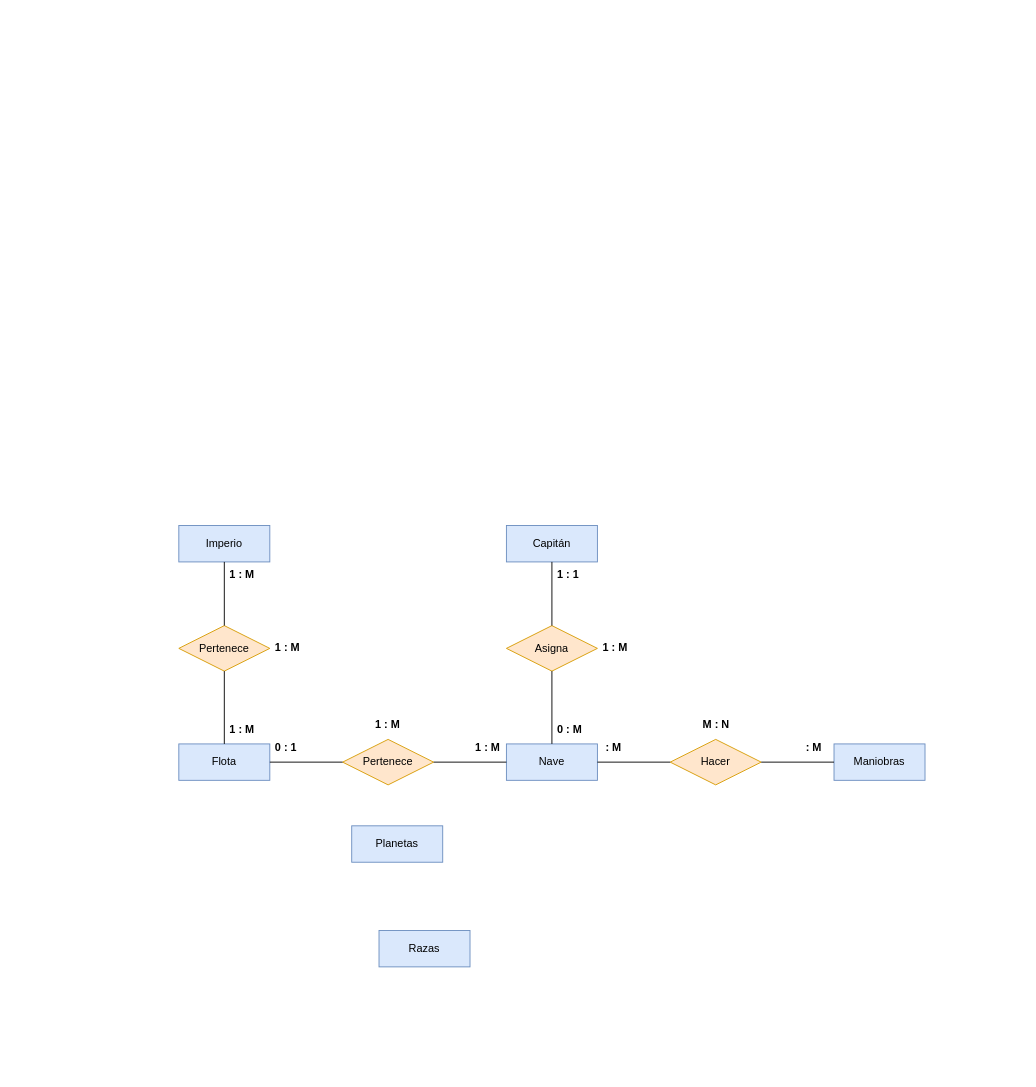
The draw.io diagram Progreso_1/TareaGrupal_P1_Diagrama_6.drawio in AngelDavidStudios/Diagramas_BdD_1, before the edit. Source tidied: cells renumbered, new cells numbered last; positions are measured from the earlier drawing's top-left corner, leaving out a move shared by most shapes. Both pictures are drawn from the tidied source at 91%, with x=0, y=0 at pixel (178, 525).
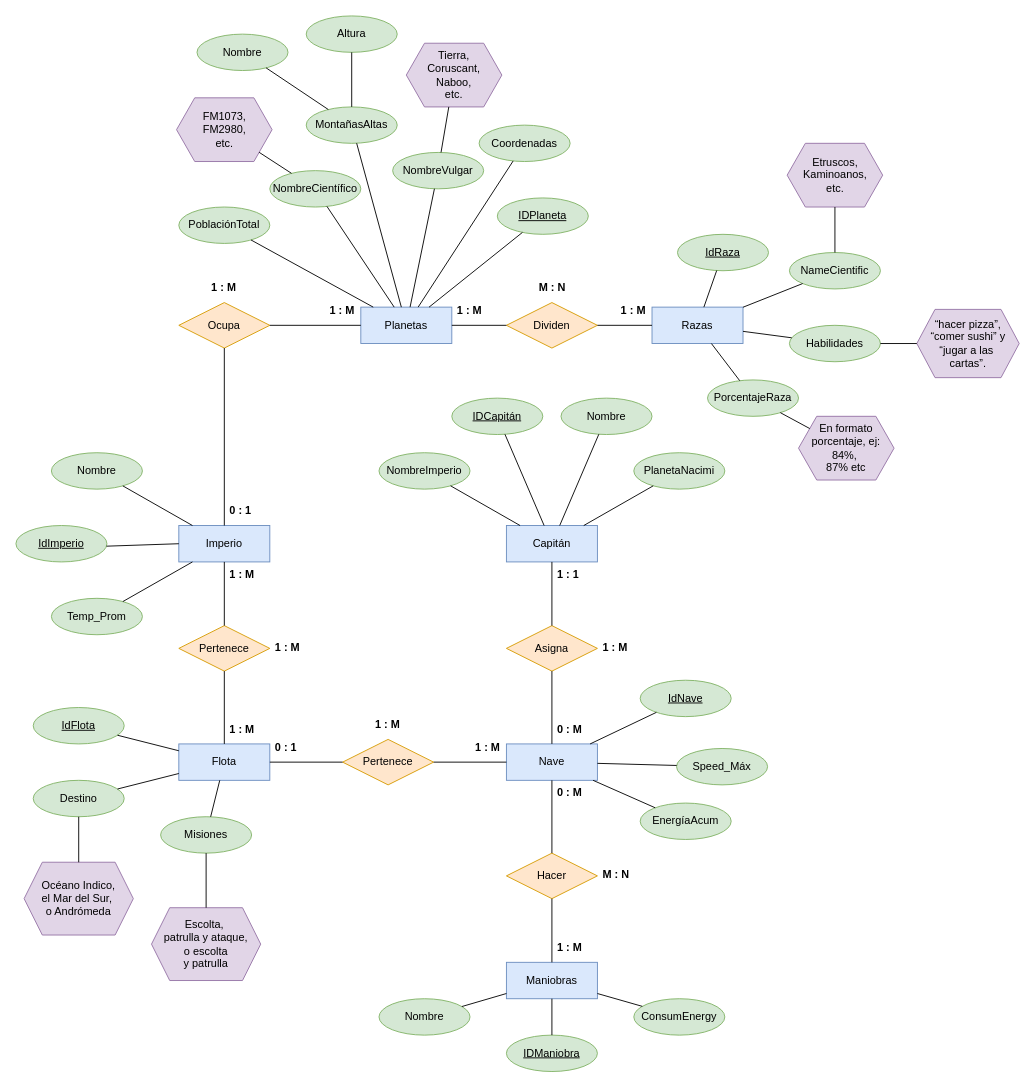
The same page after the edit.

Unchanged cells that the change refers to:
```xml
<mxCell id="2" value="Imperio" style="whiteSpace=wrap;html=1;align=center;fillColor=#dae8fc;strokeColor=#6c8ebf;" parent="1" vertex="1">
  <mxGeometry width="100" height="40" as="geometry" />
</mxCell>
<mxCell id="3" value="Flota" style="whiteSpace=wrap;html=1;align=center;fillColor=#dae8fc;strokeColor=#6c8ebf;" parent="1" vertex="1">
  <mxGeometry y="240" width="100" height="40" as="geometry" />
</mxCell>
<mxCell id="4" value="Capitán" style="whiteSpace=wrap;html=1;align=center;fillColor=#dae8fc;strokeColor=#6c8ebf;" parent="1" vertex="1">
  <mxGeometry x="360" width="100" height="40" as="geometry" />
</mxCell>
<mxCell id="8" value="Nave" style="whiteSpace=wrap;html=1;align=center;fillColor=#dae8fc;strokeColor=#6c8ebf;" parent="1" vertex="1">
  <mxGeometry x="360" y="240" width="100" height="40" as="geometry" />
</mxCell>
```

What changed in the source:
```diff
@@
     <mxCell id="5" value="Maniobras" style="whiteSpace=wrap;html=1;align=center;fillColor=#dae8fc;strokeColor=#6c8ebf;" parent="1" vertex="1">
-      <mxGeometry x="720" y="240" width="100" height="40" as="geometry" />
+      <mxGeometry x="360" y="480" width="100" height="40" as="geometry" />
     </mxCell>
     <mxCell id="6" value="Planetas" style="whiteSpace=wrap;html=1;align=center;fillColor=#dae8fc;strokeColor=#6c8ebf;" parent="1" vertex="1">
-      <mxGeometry x="190" y="330" width="100" height="40" as="geometry" />
+      <mxGeometry x="200" y="-240" width="100" height="40" as="geometry" />
     </mxCell>
     <mxCell id="7" value="Razas" style="whiteSpace=wrap;html=1;align=center;fillColor=#dae8fc;strokeColor=#6c8ebf;" parent="1" vertex="1">
-      <mxGeometry x="220" y="445" width="100" height="40" as="geometry" />
+      <mxGeometry x="520" y="-240" width="100" height="40" as="geometry" />
     </mxCell>
@@
     <mxCell id="28" value="Hacer" style="shape=rhombus;perimeter=rhombusPerimeter;whiteSpace=wrap;html=1;align=center;fillColor=#ffe6cc;strokeColor=#d79b00;" parent="1" vertex="1">
-      <mxGeometry x="540" y="235" width="100" height="50" as="geometry" />
+      <mxGeometry x="360" y="360" width="100" height="50" as="geometry" />
     </mxCell>
@@
     <mxCell id="31" value="M : N" style="text;strokeColor=none;fillColor=none;spacingLeft=4;spacingRight=4;overflow=hidden;fontSize=12;whiteSpace=wrap;html=1;fontStyle=1;" parent="1" vertex="1">
-      <mxGeometry x="570" y="205" width="40" height="30" as="geometry" />
+      <mxGeometry x="460" y="370" width="40" height="30" as="geometry" />
     </mxCell>
-    <mxCell id="32" value="&amp;nbsp;: M" style="text;strokeColor=none;fillColor=none;spacingLeft=4;spacingRight=4;overflow=hidden;fontSize=12;whiteSpace=wrap;html=1;fontStyle=1;" parent="1" vertex="1">
-      <mxGeometry x="680" y="230" width="40" height="30" as="geometry" />
+    <mxCell id="32" value="1 : M" style="text;strokeColor=none;fillColor=none;spacingLeft=4;spacingRight=4;overflow=hidden;fontSize=12;whiteSpace=wrap;html=1;fontStyle=1;" parent="1" vertex="1">
+      <mxGeometry x="410" y="450" width="40" height="30" as="geometry" />
     </mxCell>
-    <mxCell id="33" value="&amp;nbsp;: M" style="text;strokeColor=none;fillColor=none;spacingLeft=4;spacingRight=4;overflow=hidden;fontSize=12;whiteSpace=wrap;html=1;fontStyle=1;" parent="1" vertex="1">
-      <mxGeometry x="460" y="230" width="40" height="30" as="geometry" />
+    <mxCell id="33" value="0 : M" style="text;strokeColor=none;fillColor=none;spacingLeft=4;spacingRight=4;overflow=hidden;fontSize=12;whiteSpace=wrap;html=1;fontStyle=1;" parent="1" vertex="1">
+      <mxGeometry x="410" y="280" width="40" height="30" as="geometry" />
     </mxCell>
+    <mxCell id="34" value="Ocupa" style="shape=rhombus;perimeter=rhombusPerimeter;whiteSpace=wrap;html=1;align=center;fillColor=#ffe6cc;strokeColor=#d79b00;" parent="1" vertex="1">
+      <mxGeometry y="-245" width="100" height="50" as="geometry" />
+    </mxCell>
+    <mxCell id="35" style="endArrow=none;html=1;rounded=0;" parent="1" edge="1" source="6" target="34">
+      <mxGeometry relative="1" as="geometry" />
+    </mxCell>
+    <mxCell id="36" style="endArrow=none;html=1;rounded=0;" parent="1" edge="1" source="34" target="2">
+      <mxGeometry relative="1" as="geometry" />
+    </mxCell>
+    <mxCell id="37" value="1 : M" style="text;strokeColor=none;fillColor=none;spacingLeft=4;spacingRight=4;overflow=hidden;fontSize=12;whiteSpace=wrap;html=1;fontStyle=1;" parent="1" vertex="1">
+      <mxGeometry x="30" y="-275" width="40" height="30" as="geometry" />
+    </mxCell>
+    <mxCell id="38" value="0 : 1" style="text;strokeColor=none;fillColor=none;spacingLeft=4;spacingRight=4;overflow=hidden;fontSize=12;whiteSpace=wrap;html=1;fontStyle=1;" parent="1" vertex="1">
+      <mxGeometry x="50" y="-30" width="40" height="30" as="geometry" />
+    </mxCell>
+    <mxCell id="39" value="1 : M" style="text;strokeColor=none;fillColor=none;spacingLeft=4;spacingRight=4;overflow=hidden;fontSize=12;whiteSpace=wrap;html=1;fontStyle=1;" parent="1" vertex="1">
+      <mxGeometry x="160" y="-250" width="40" height="30" as="geometry" />
+    </mxCell>
+    <mxCell id="40" value="Dividen" style="shape=rhombus;perimeter=rhombusPerimeter;whiteSpace=wrap;html=1;align=center;fillColor=#ffe6cc;strokeColor=#d79b00;" parent="1" vertex="1">
+      <mxGeometry x="360" y="-245" width="100" height="50" as="geometry" />
+    </mxCell>
+    <mxCell id="41" style="endArrow=none;html=1;rounded=0;" parent="1" edge="1" source="6" target="40">
+      <mxGeometry relative="1" as="geometry" />
+    </mxCell>
+    <mxCell id="42" style="endArrow=none;html=1;rounded=0;" parent="1" edge="1" source="40" target="7">
+      <mxGeometry relative="1" as="geometry" />
+    </mxCell>
+    <mxCell id="43" value="M : N" style="text;strokeColor=none;fillColor=none;spacingLeft=4;spacingRight=4;overflow=hidden;fontSize=12;whiteSpace=wrap;html=1;fontStyle=1;" parent="1" vertex="1">
+      <mxGeometry x="390" y="-275" width="40" height="30" as="geometry" />
+    </mxCell>
+    <mxCell id="44" value="1 : M" style="text;strokeColor=none;fillColor=none;spacingLeft=4;spacingRight=4;overflow=hidden;fontSize=12;whiteSpace=wrap;html=1;fontStyle=1;" parent="1" vertex="1">
+      <mxGeometry x="480" y="-250" width="40" height="30" as="geometry" />
+    </mxCell>
+    <mxCell id="45" value="1 : M" style="text;strokeColor=none;fillColor=none;spacingLeft=4;spacingRight=4;overflow=hidden;fontSize=12;whiteSpace=wrap;html=1;fontStyle=1;" parent="1" vertex="1">
+      <mxGeometry x="300" y="-250" width="40" height="30" as="geometry" />
+    </mxCell>
+    <mxCell id="46" value="IdImperio" style="ellipse;whiteSpace=wrap;html=1;align=center;fontStyle=4;fillColor=#d5e8d4;strokeColor=#82b366;" parent="1" vertex="1">
+      <mxGeometry x="-179" width="100" height="40" as="geometry" />
+    </mxCell>
+    <mxCell id="47" value="Nombre" style="ellipse;whiteSpace=wrap;html=1;align=center;fillColor=#d5e8d4;strokeColor=#82b366;" parent="1" vertex="1">
+      <mxGeometry x="-140" y="-80" width="100" height="40" as="geometry" />
+    </mxCell>
+    <mxCell id="48" value="Temp_Prom" style="ellipse;whiteSpace=wrap;html=1;align=center;fillColor=#d5e8d4;strokeColor=#82b366;" parent="1" vertex="1">
+      <mxGeometry x="-140" y="80" width="100" height="40" as="geometry" />
+    </mxCell>
+    <mxCell id="49" style="endArrow=none;html=1;rounded=0;" parent="1" edge="1" source="47" target="2">
+      <mxGeometry relative="1" as="geometry" />
+    </mxCell>
+    <mxCell id="50" style="endArrow=none;html=1;rounded=0;" parent="1" edge="1" source="46" target="2">
+      <mxGeometry relative="1" as="geometry" />
+    </mxCell>
+    <mxCell id="51" style="endArrow=none;html=1;rounded=0;" parent="1" edge="1" source="48" target="2">
+      <mxGeometry relative="1" as="geometry" />
+    </mxCell>
+    <mxCell id="52" value="Destino" style="ellipse;whiteSpace=wrap;html=1;align=center;fillColor=#d5e8d4;strokeColor=#82b366;" parent="1" vertex="1">
+      <mxGeometry x="-160" y="280" width="100" height="40" as="geometry" />
+    </mxCell>
+    <mxCell id="53" value="IdFlota" style="ellipse;whiteSpace=wrap;html=1;align=center;fontStyle=4;fillColor=#d5e8d4;strokeColor=#82b366;" parent="1" vertex="1">
+      <mxGeometry x="-160" y="200" width="100" height="40" as="geometry" />
+    </mxCell>
+    <mxCell id="54" value="Océano Indico,&lt;div&gt;el Mar del Sur,&amp;nbsp;&lt;/div&gt;&lt;div&gt;o Andrómeda&lt;/div&gt;" style="shape=hexagon;perimeter=hexagonPerimeter2;whiteSpace=wrap;html=1;fixedSize=1;fillColor=#e1d5e7;strokeColor=#9673a6;" parent="1" vertex="1">
+      <mxGeometry x="-170" y="370" width="120" height="80" as="geometry" />
+    </mxCell>
+    <mxCell id="55" style="endArrow=none;html=1;rounded=0;" parent="1" edge="1" source="52" target="54">
+      <mxGeometry relative="1" as="geometry" />
+    </mxCell>
+    <mxCell id="56" value="Misiones" style="ellipse;whiteSpace=wrap;html=1;align=center;fillColor=#d5e8d4;strokeColor=#82b366;" parent="1" vertex="1">
+      <mxGeometry x="-20" y="320" width="100" height="40" as="geometry" />
+    </mxCell>
+    <mxCell id="57" style="endArrow=none;html=1;rounded=0;" parent="1" edge="1" source="53" target="3">
+      <mxGeometry relative="1" as="geometry" />
+    </mxCell>
+    <mxCell id="58" style="endArrow=none;html=1;rounded=0;" parent="1" edge="1" source="52" target="3">
+      <mxGeometry relative="1" as="geometry" />
+    </mxCell>
+    <mxCell id="59" style="endArrow=none;html=1;rounded=0;" parent="1" edge="1" source="56" target="3">
+      <mxGeometry relative="1" as="geometry" />
+    </mxCell>
+    <mxCell id="60" value="Escolta,&amp;nbsp;&lt;div&gt;patrulla y ataque,&lt;div&gt;&amp;nbsp;o escolta&amp;nbsp;&lt;/div&gt;&lt;div&gt;y patrulla&lt;br&gt;&lt;/div&gt;&lt;/div&gt;" style="shape=hexagon;perimeter=hexagonPerimeter2;whiteSpace=wrap;html=1;fixedSize=1;fillColor=#e1d5e7;strokeColor=#9673a6;" parent="1" vertex="1">
+      <mxGeometry x="-30" y="420" width="120" height="80" as="geometry" />
+    </mxCell>
+    <mxCell id="61" style="endArrow=none;html=1;rounded=0;" parent="1" edge="1" source="56" target="60">
+      <mxGeometry relative="1" as="geometry" />
+    </mxCell>
+    <mxCell id="62" value="IdNave" style="ellipse;whiteSpace=wrap;html=1;align=center;fontStyle=4;fillColor=#d5e8d4;strokeColor=#82b366;" parent="1" vertex="1">
+      <mxGeometry x="507" y="170" width="100" height="40" as="geometry" />
+    </mxCell>
+    <mxCell id="63" value="Speed_Máx" style="ellipse;whiteSpace=wrap;html=1;align=center;fillColor=#d5e8d4;strokeColor=#82b366;" parent="1" vertex="1">
+      <mxGeometry x="547" y="245" width="100" height="40" as="geometry" />
+    </mxCell>
+    <mxCell id="64" style="endArrow=none;html=1;rounded=0;" parent="1" edge="1" source="8" target="62">
+      <mxGeometry relative="1" as="geometry" />
+    </mxCell>
+    <mxCell id="65" value="EnergíaAcum" style="ellipse;whiteSpace=wrap;html=1;align=center;fillColor=#d5e8d4;strokeColor=#82b366;" parent="1" vertex="1">
+      <mxGeometry x="507" y="305" width="100" height="40" as="geometry" />
+    </mxCell>
+    <mxCell id="66" style="endArrow=none;html=1;rounded=0;" parent="1" edge="1" source="8" target="63">
+      <mxGeometry relative="1" as="geometry" />
+    </mxCell>
+    <mxCell id="67" style="endArrow=none;html=1;rounded=0;" parent="1" edge="1" source="8" target="65">
+      <mxGeometry relative="1" as="geometry" />
+    </mxCell>
+    <mxCell id="68" value="Nombre" style="ellipse;whiteSpace=wrap;html=1;align=center;fillColor=#d5e8d4;strokeColor=#82b366;" parent="1" vertex="1">
+      <mxGeometry x="220" y="520" width="100" height="40" as="geometry" />
+    </mxCell>
+    <mxCell id="69" value="IDManiobra" style="ellipse;whiteSpace=wrap;html=1;align=center;fontStyle=4;fillColor=#d5e8d4;strokeColor=#82b366;" parent="1" vertex="1">
+      <mxGeometry x="360" y="560" width="100" height="40" as="geometry" />
+    </mxCell>
+    <mxCell id="70" value="IDCapitán" style="ellipse;whiteSpace=wrap;html=1;align=center;fontStyle=4;fillColor=#d5e8d4;strokeColor=#82b366;" parent="1" vertex="1">
+      <mxGeometry x="300" y="-140" width="100" height="40" as="geometry" />
+    </mxCell>
+    <mxCell id="71" value="Nombre" style="ellipse;whiteSpace=wrap;html=1;align=center;fillColor=#d5e8d4;strokeColor=#82b366;" parent="1" vertex="1">
+      <mxGeometry x="420" y="-140" width="100" height="40" as="geometry" />
+    </mxCell>
+    <mxCell id="72" value="PlanetaNacimi" style="ellipse;whiteSpace=wrap;html=1;align=center;fillColor=#d5e8d4;strokeColor=#82b366;" parent="1" vertex="1">
+      <mxGeometry x="500" y="-80" width="100" height="40" as="geometry" />
+    </mxCell>
+    <mxCell id="73" value="NombreImperio" style="ellipse;whiteSpace=wrap;html=1;align=center;fillColor=#d5e8d4;strokeColor=#82b366;" parent="1" vertex="1">
+      <mxGeometry x="220" y="-80" width="100" height="40" as="geometry" />
+    </mxCell>
+    <mxCell id="74" style="endArrow=none;html=1;rounded=0;" parent="1" edge="1" source="73" target="4">
+      <mxGeometry relative="1" as="geometry" />
+    </mxCell>
+    <mxCell id="75" style="endArrow=none;html=1;rounded=0;" parent="1" edge="1" source="70" target="4">
+      <mxGeometry relative="1" as="geometry" />
+    </mxCell>
+    <mxCell id="76" style="endArrow=none;html=1;rounded=0;" parent="1" edge="1" source="4" target="71">
+      <mxGeometry relative="1" as="geometry" />
+    </mxCell>
+    <mxCell id="77" style="endArrow=none;html=1;rounded=0;" parent="1" edge="1" source="4" target="72">
+      <mxGeometry relative="1" as="geometry" />
+    </mxCell>
+    <mxCell id="78" value="ConsumEnergy" style="ellipse;whiteSpace=wrap;html=1;align=center;fillColor=#d5e8d4;strokeColor=#82b366;" parent="1" vertex="1">
+      <mxGeometry x="500" y="520" width="100" height="40" as="geometry" />
+    </mxCell>
+    <mxCell id="79" style="endArrow=none;html=1;rounded=0;" parent="1" edge="1" source="68" target="5">
+      <mxGeometry relative="1" as="geometry" />
+    </mxCell>
+    <mxCell id="80" style="endArrow=none;html=1;rounded=0;" parent="1" edge="1" source="5" target="69">
+      <mxGeometry relative="1" as="geometry" />
+    </mxCell>
+    <mxCell id="81" style="endArrow=none;html=1;rounded=0;" parent="1" edge="1" source="5" target="78">
+      <mxGeometry relative="1" as="geometry" />
+    </mxCell>
+    <mxCell id="82" value="IDPlaneta" style="ellipse;whiteSpace=wrap;html=1;align=center;fontStyle=4;fillColor=#d5e8d4;strokeColor=#82b366;" parent="1" vertex="1">
+      <mxGeometry x="350" y="-360" width="100" height="40" as="geometry" />
+    </mxCell>
+    <mxCell id="83" value="NombreCientífico" style="ellipse;whiteSpace=wrap;html=1;align=center;fillColor=#d5e8d4;strokeColor=#82b366;" parent="1" vertex="1">
+      <mxGeometry x="100" y="-390" width="100" height="40" as="geometry" />
+    </mxCell>
+    <mxCell id="84" value="PoblaciónTotal" style="ellipse;whiteSpace=wrap;html=1;align=center;fillColor=#d5e8d4;strokeColor=#82b366;" parent="1" vertex="1">
+      <mxGeometry y="-350" width="100" height="40" as="geometry" />
+    </mxCell>
+    <mxCell id="85" value="Coordenadas" style="ellipse;whiteSpace=wrap;html=1;align=center;fillColor=#d5e8d4;strokeColor=#82b366;" parent="1" vertex="1">
+      <mxGeometry x="330" y="-440" width="100" height="40" as="geometry" />
+    </mxCell>
+    <mxCell id="86" value="NombreVulgar" style="ellipse;whiteSpace=wrap;html=1;align=center;fillColor=#d5e8d4;strokeColor=#82b366;" parent="1" vertex="1">
+      <mxGeometry x="235" y="-410" width="100" height="40" as="geometry" />
+    </mxCell>
+    <mxCell id="87" style="endArrow=none;html=1;rounded=0;" parent="1" edge="1" source="84" target="6">
+      <mxGeometry relative="1" as="geometry" />
+    </mxCell>
+    <mxCell id="88" style="endArrow=none;html=1;rounded=0;" parent="1" edge="1" source="83" target="6">
+      <mxGeometry relative="1" as="geometry" />
+    </mxCell>
+    <mxCell id="89" style="endArrow=none;html=1;rounded=0;" parent="1" edge="1" source="82" target="6">
+      <mxGeometry relative="1" as="geometry" />
+    </mxCell>
+    <mxCell id="90" style="endArrow=none;html=1;rounded=0;" parent="1" edge="1" source="6" target="85">
+      <mxGeometry relative="1" as="geometry" />
+    </mxCell>
+    <mxCell id="91" style="endArrow=none;html=1;rounded=0;" parent="1" edge="1" source="6" target="86">
+      <mxGeometry relative="1" as="geometry" />
+    </mxCell>
+    <mxCell id="92" value="MontañasAltas" style="ellipse;whiteSpace=wrap;html=1;align=center;fillColor=#d5e8d4;strokeColor=#82b366;" parent="1" vertex="1">
+      <mxGeometry x="140" y="-460" width="100" height="40" as="geometry" />
+    </mxCell>
+    <mxCell id="93" value="FM1073,&lt;div&gt;FM2980,&lt;/div&gt;&lt;div&gt;etc.&lt;/div&gt;" style="shape=hexagon;perimeter=hexagonPerimeter2;whiteSpace=wrap;html=1;fixedSize=1;fillColor=#e1d5e7;strokeColor=#9673a6;" parent="1" vertex="1">
+      <mxGeometry x="-2.5" y="-470" width="105" height="70" as="geometry" />
+    </mxCell>
+    <mxCell id="94" style="endArrow=none;html=1;rounded=0;" parent="1" edge="1" source="93" target="83">
+      <mxGeometry relative="1" as="geometry" />
+    </mxCell>
+    <mxCell id="95" value="Tierra,&lt;div&gt;Coruscant,&lt;/div&gt;&lt;div&gt;Naboo,&lt;/div&gt;&lt;div&gt;etc.&lt;/div&gt;" style="shape=hexagon;perimeter=hexagonPerimeter2;whiteSpace=wrap;html=1;fixedSize=1;fillColor=#e1d5e7;strokeColor=#9673a6;" parent="1" vertex="1">
+      <mxGeometry x="250" y="-530" width="105" height="70" as="geometry" />
+    </mxCell>
+    <mxCell id="96" style="endArrow=none;html=1;rounded=0;" parent="1" edge="1" source="86" target="95">
+      <mxGeometry relative="1" as="geometry" />
+    </mxCell>
+    <mxCell id="97" style="endArrow=none;html=1;rounded=0;" parent="1" edge="1" source="6" target="92">
+      <mxGeometry relative="1" as="geometry" />
+    </mxCell>
+    <mxCell id="98" value="Nombre" style="ellipse;whiteSpace=wrap;html=1;align=center;fillColor=#d5e8d4;strokeColor=#82b366;" parent="1" vertex="1">
+      <mxGeometry x="20" y="-540" width="100" height="40" as="geometry" />
+    </mxCell>
+    <mxCell id="99" value="Altura" style="ellipse;whiteSpace=wrap;html=1;align=center;fillColor=#d5e8d4;strokeColor=#82b366;" parent="1" vertex="1">
+      <mxGeometry x="140" y="-560" width="100" height="40" as="geometry" />
+    </mxCell>
+    <mxCell id="100" style="endArrow=none;html=1;rounded=0;" parent="1" edge="1" source="98" target="92">
+      <mxGeometry relative="1" as="geometry" />
+    </mxCell>
+    <mxCell id="101" style="endArrow=none;html=1;rounded=0;" parent="1" edge="1" source="99" target="92">
+      <mxGeometry relative="1" as="geometry" />
+    </mxCell>
+    <mxCell id="102" value="IdRaza" style="ellipse;whiteSpace=wrap;html=1;align=center;fontStyle=4;fillColor=#d5e8d4;strokeColor=#82b366;" parent="1" vertex="1">
+      <mxGeometry x="548" y="-320" width="100" height="40" as="geometry" />
+    </mxCell>
+    <mxCell id="103" value="NameCientific" style="ellipse;whiteSpace=wrap;html=1;align=center;fillColor=#d5e8d4;strokeColor=#82b366;" parent="1" vertex="1">
+      <mxGeometry x="671" y="-300" width="100" height="40" as="geometry" />
+    </mxCell>
+    <mxCell id="104" style="endArrow=none;html=1;rounded=0;" parent="1" edge="1" source="7" target="102">
+      <mxGeometry relative="1" as="geometry" />
+    </mxCell>
+    <mxCell id="105" style="endArrow=none;html=1;rounded=0;" parent="1" edge="1" source="7" target="103">
+      <mxGeometry relative="1" as="geometry" />
+    </mxCell>
+    <mxCell id="106" value="Habilidades" style="ellipse;whiteSpace=wrap;html=1;align=center;fillColor=#d5e8d4;strokeColor=#82b366;" parent="1" vertex="1">
+      <mxGeometry x="671" y="-220" width="100" height="40" as="geometry" />
+    </mxCell>
+    <mxCell id="107" value="PorcentajeRaza" style="ellipse;whiteSpace=wrap;html=1;align=center;fillColor=#d5e8d4;strokeColor=#82b366;" parent="1" vertex="1">
+      <mxGeometry x="581" y="-160" width="100" height="40" as="geometry" />
+    </mxCell>
+    <mxCell id="108" style="endArrow=none;html=1;rounded=0;" parent="1" edge="1" source="7" target="106">
+      <mxGeometry relative="1" as="geometry" />
+    </mxCell>
+    <mxCell id="109" style="endArrow=none;html=1;rounded=0;" parent="1" edge="1" source="7" target="107">
+      <mxGeometry relative="1" as="geometry" />
+    </mxCell>
+    <mxCell id="110" value="Etruscos,&lt;div&gt;Kaminoanos,&lt;/div&gt;&lt;div&gt;etc.&lt;/div&gt;" style="shape=hexagon;perimeter=hexagonPerimeter2;whiteSpace=wrap;html=1;fixedSize=1;fillColor=#e1d5e7;strokeColor=#9673a6;" parent="1" vertex="1">
+      <mxGeometry x="668.5" y="-420" width="105" height="70" as="geometry" />
+    </mxCell>
+    <mxCell id="111" style="endArrow=none;html=1;rounded=0;" parent="1" edge="1" source="110" target="103">
+      <mxGeometry relative="1" as="geometry" />
+    </mxCell>
+    <mxCell id="112" value="En formato porcentaje, ej: 84%,&amp;nbsp;&lt;div&gt;87% etc&lt;/div&gt;" style="shape=hexagon;perimeter=hexagonPerimeter2;whiteSpace=wrap;html=1;fixedSize=1;fillColor=#e1d5e7;strokeColor=#9673a6;" parent="1" vertex="1">
+      <mxGeometry x="681" y="-120" width="105" height="70" as="geometry" />
+    </mxCell>
+    <mxCell id="113" style="endArrow=none;html=1;rounded=0;" parent="1" edge="1" source="107" target="112">
+      <mxGeometry relative="1" as="geometry" />
+    </mxCell>
+    <mxCell id="114" value="“hacer pizza”, “comer sushi” y “jugar a las&amp;nbsp;&lt;div&gt;cartas”.&lt;/div&gt;" style="shape=hexagon;perimeter=hexagonPerimeter2;whiteSpace=wrap;html=1;fixedSize=1;fillColor=#e1d5e7;strokeColor=#9673a6;" parent="1" vertex="1">
+      <mxGeometry x="811" y="-237.5" width="112.5" height="75" as="geometry" />
+    </mxCell>
+    <mxCell id="115" style="endArrow=none;html=1;rounded=0;" parent="1" edge="1" source="106" target="114">
+      <mxGeometry relative="1" as="geometry" />
+    </mxCell>
```
